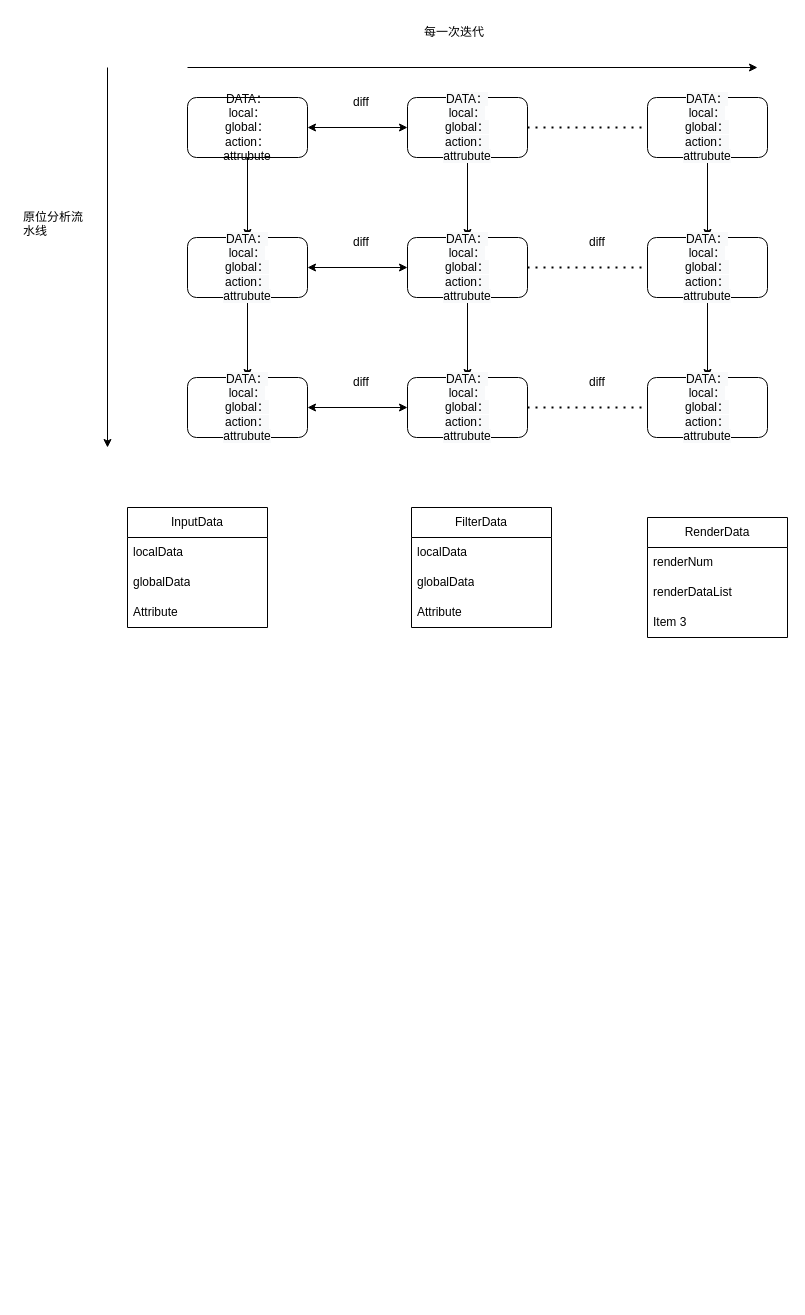
The draw.io diagram page "第 1 页" (1 of 2) of 数据流.drawio in keyu-Li/vtk_example, before the edit. Source tidied: cells renumbered, new cells numbered last; positions are measured from the earlier drawing's top-left corner, leaving out a move shared by most shapes. Both pictures are drawn from the tidied source at 100%, with x=0, y=0 at pixel (17, 17).
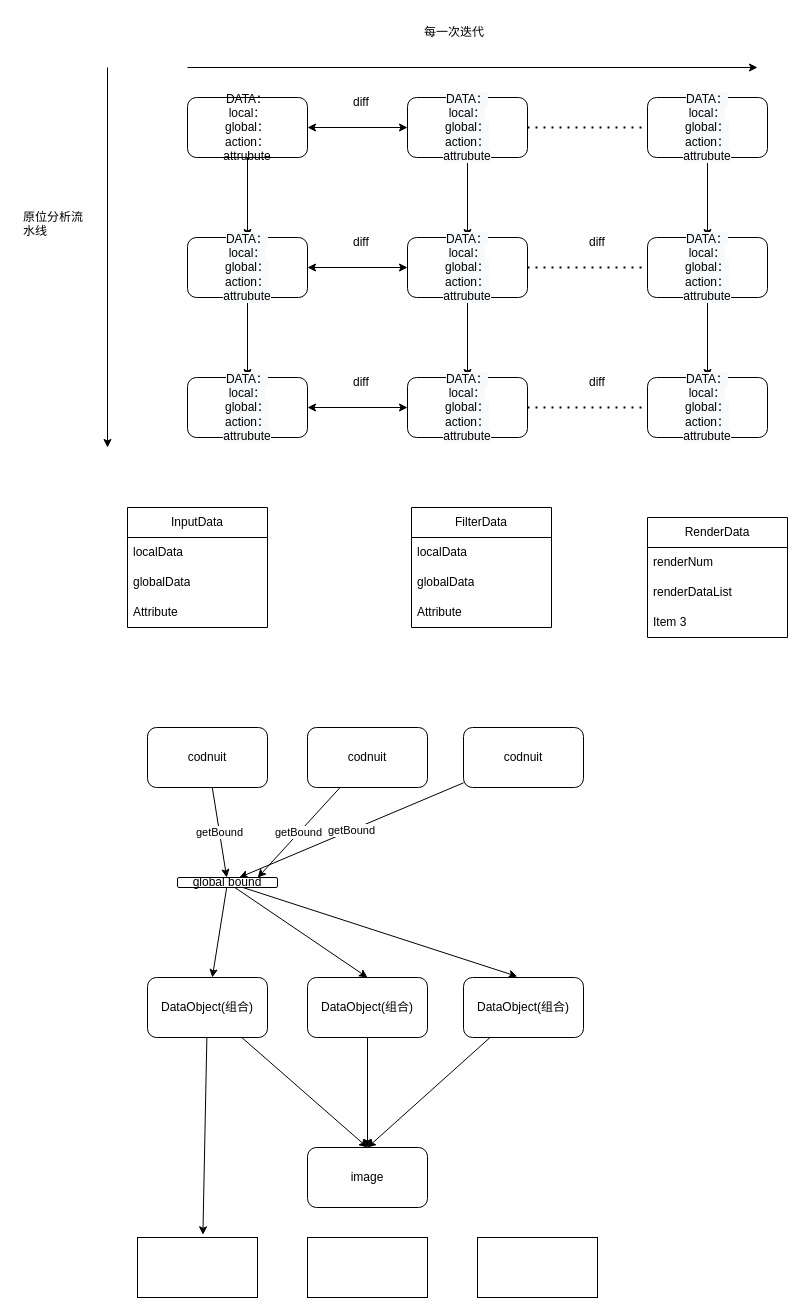
After the change.

Commit message:
更新数据流.drawio

Change to the diagram source:
```diff
@@
+    <mxCell id="44" value="getBound" style="edgeStyle=none;rounded=0;jettySize=auto;html=1;entryX=0.802;entryY=0.012;entryDx=0;entryDy=0;entryPerimeter=0;" parent="1" edge="1" source="45" target="56">
+      <mxGeometry relative="1" as="geometry" />
+    </mxCell>
+    <mxCell id="45" value="codnuit" style="rounded=1;whiteSpace=wrap;html=1;" parent="1" vertex="1">
+      <mxGeometry x="290" y="710" width="120" height="60" as="geometry" />
+    </mxCell>
+    <mxCell id="46" style="edgeStyle=none;rounded=0;jettySize=auto;html=1;entryX=0.5;entryY=0;entryDx=0;entryDy=0;" parent="1" edge="1" source="48" target="61">
+      <mxGeometry relative="1" as="geometry" />
+    </mxCell>
+    <mxCell id="47" style="edgeStyle=none;rounded=0;jettySize=auto;html=1;entryX=0.545;entryY=-0.045;entryDx=0;entryDy=0;entryPerimeter=0;" parent="1" edge="1" source="48" target="62">
+      <mxGeometry relative="1" as="geometry" />
+    </mxCell>
+    <mxCell id="48" value="DataObject(组合)" style="rounded=1;whiteSpace=wrap;html=1;" parent="1" vertex="1">
+      <mxGeometry x="130" y="960" width="120" height="60" as="geometry" />
+    </mxCell>
+    <mxCell id="49" value="getBound" style="edgeStyle=none;rounded=0;jettySize=auto;html=1;" parent="1" edge="1" source="50" target="56">
+      <mxGeometry relative="1" as="geometry" />
+    </mxCell>
+    <mxCell id="50" value="codnuit" style="rounded=1;whiteSpace=wrap;html=1;" parent="1" vertex="1">
+      <mxGeometry x="130" y="710" width="120" height="60" as="geometry" />
+    </mxCell>
+    <mxCell id="51" value="getBound" style="edgeStyle=none;rounded=0;jettySize=auto;html=1;" parent="1" edge="1" source="52" target="56">
+      <mxGeometry relative="1" as="geometry" />
+    </mxCell>
+    <mxCell id="52" value="codnuit" style="rounded=1;whiteSpace=wrap;html=1;" parent="1" vertex="1">
+      <mxGeometry x="446" y="710" width="120" height="60" as="geometry" />
+    </mxCell>
+    <mxCell id="53" style="edgeStyle=none;rounded=0;jettySize=auto;html=1;" parent="1" edge="1" source="56" target="48">
+      <mxGeometry relative="1" as="geometry" />
+    </mxCell>
+    <mxCell id="54" style="edgeStyle=none;rounded=0;jettySize=auto;html=1;entryX=0.5;entryY=0;entryDx=0;entryDy=0;" parent="1" edge="1" source="56" target="58">
+      <mxGeometry relative="1" as="geometry" />
+    </mxCell>
+    <mxCell id="55" style="edgeStyle=none;rounded=0;jettySize=auto;html=1;entryX=0.448;entryY=-0.017;entryDx=0;entryDy=0;entryPerimeter=0;" parent="1" edge="1" source="56" target="60">
+      <mxGeometry relative="1" as="geometry" />
+    </mxCell>
+    <mxCell id="56" value="global bound" style="rounded=1;whiteSpace=wrap;html=1;" parent="1" vertex="1">
+      <mxGeometry x="160" y="860" width="100" height="10" as="geometry" />
+    </mxCell>
+    <mxCell id="57" style="edgeStyle=none;rounded=0;jettySize=auto;html=1;entryX=0.5;entryY=0;entryDx=0;entryDy=0;" parent="1" edge="1" source="58" target="61">
+      <mxGeometry relative="1" as="geometry" />
+    </mxCell>
+    <mxCell id="58" value="DataObject(组合)" style="rounded=1;whiteSpace=wrap;html=1;" parent="1" vertex="1">
+      <mxGeometry x="290" y="960" width="120" height="60" as="geometry" />
+    </mxCell>
+    <mxCell id="59" style="edgeStyle=none;rounded=0;jettySize=auto;html=1;" parent="1" edge="1" source="60">
+      <mxGeometry relative="1" as="geometry">
+        <mxPoint x="350" y="1130" as="targetPoint" />
+      </mxGeometry>
+    </mxCell>
+    <mxCell id="60" value="DataObject(组合)" style="rounded=1;whiteSpace=wrap;html=1;" parent="1" vertex="1">
+      <mxGeometry x="446" y="960" width="120" height="60" as="geometry" />
+    </mxCell>
+    <mxCell id="61" value="image" style="rounded=1;whiteSpace=wrap;html=1;" parent="1" vertex="1">
+      <mxGeometry x="290" y="1130" width="120" height="60" as="geometry" />
+    </mxCell>
+    <mxCell id="62" style="rounded=0;whiteSpace=wrap;html=1;" parent="1" vertex="1">
+      <mxGeometry x="120" y="1220" width="120" height="60" as="geometry" />
+    </mxCell>
+    <mxCell id="63" style="rounded=0;whiteSpace=wrap;html=1;" parent="1" vertex="1">
+      <mxGeometry x="290" y="1220" width="120" height="60" as="geometry" />
+    </mxCell>
+    <mxCell id="64" style="rounded=0;whiteSpace=wrap;html=1;" parent="1" vertex="1">
+      <mxGeometry x="460" y="1220" width="120" height="60" as="geometry" />
+    </mxCell>
```
